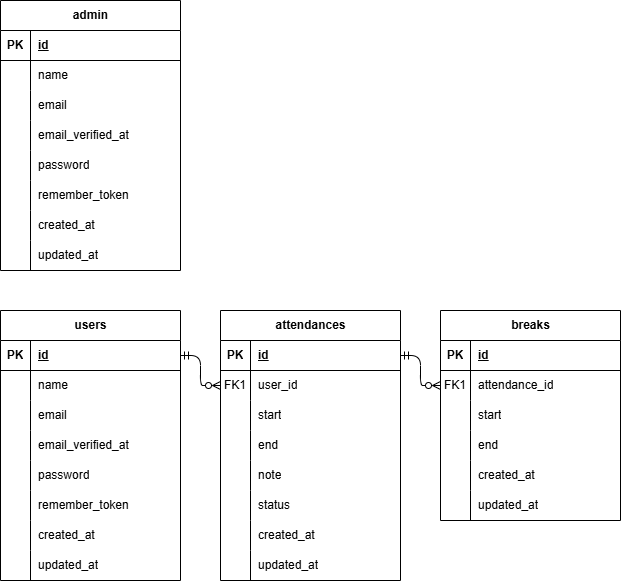
This is ER.drawio.png from kasahara-dev/kasahara-mogi2, a draw.io export, as it was before one commit. Source tidied: cells renumbered, new cells last; positions are measured from the earlier drawing's top-left corner, leaving out a move shared by most shapes.
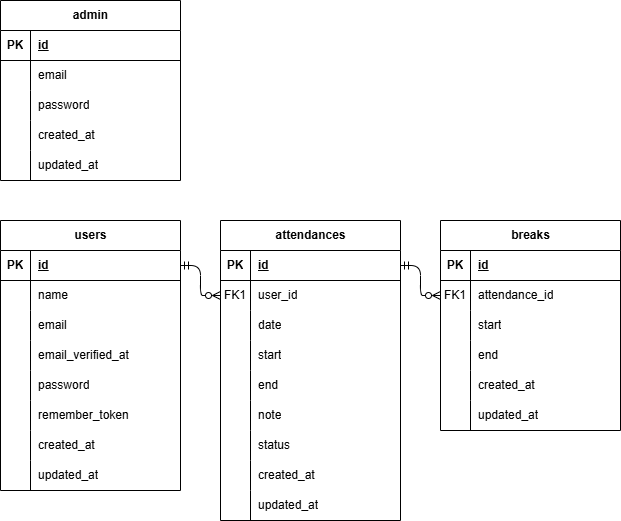
The same diagram one commit later.

Diff of the diagram source:
```diff
@@ -78,7 +78,7 @@
       <mxGeometry x="30" width="150" height="30" as="geometry" />
     </mxCell>
     <mxCell id="27" value="admin" style="shape=table;startSize=30;rowLines=0;fontStyle=1;align=center;html=1;" parent="1" vertex="1">
-      <mxGeometry width="180" height="270" as="geometry" />
+      <mxGeometry y="90" width="180" height="180" as="geometry" />
     </mxCell>
     <mxCell id="28" style="shape=tableRow;horizontal=0;startSize=0;swimlaneHead=0;swimlaneBody=0;fillColor=none;top=0;left=0;right=0;bottom=1;" parent="27" vertex="1">
       <mxGeometry y="30" width="180" height="30" as="geometry" />
@@ -89,17 +89,8 @@
     <mxCell id="30" value="id" style="shape=partialRectangle;fillColor=none;top=0;left=0;bottom=0;right=0;align=left;spacingLeft=6;fontStyle=5;overflow=hidden;whiteSpace=wrap;html=1;" parent="28" vertex="1">
       <mxGeometry x="30" width="150" height="30" as="geometry" />
     </mxCell>
-    <mxCell id="31" style="shape=tableRow;horizontal=0;startSize=0;swimlaneHead=0;swimlaneBody=0;fillColor=none;top=0;left=0;right=0;bottom=0;" parent="27" vertex="1">
-      <mxGeometry y="60" width="180" height="30" as="geometry" />
-    </mxCell>
-    <mxCell id="32" style="shape=partialRectangle;fillColor=none;top=0;left=0;bottom=0;right=0;overflow=hidden;whiteSpace=wrap;html=1;" parent="31" vertex="1">
-      <mxGeometry width="30" height="30" as="geometry" />
-    </mxCell>
-    <mxCell id="33" value="name" style="shape=partialRectangle;fillColor=none;top=0;left=0;bottom=0;right=0;align=left;spacingLeft=6;overflow=hidden;whiteSpace=wrap;html=1;" parent="31" vertex="1">
-      <mxGeometry x="30" width="150" height="30" as="geometry" />
-    </mxCell>
     <mxCell id="34" style="shape=tableRow;horizontal=0;startSize=0;swimlaneHead=0;swimlaneBody=0;fillColor=none;top=0;left=0;right=0;bottom=0;" parent="27" vertex="1">
-      <mxGeometry y="90" width="180" height="30" as="geometry" />
+      <mxGeometry y="60" width="180" height="30" as="geometry" />
     </mxCell>
     <mxCell id="35" style="shape=partialRectangle;fillColor=none;top=0;left=0;bottom=0;right=0;overflow=hidden;whiteSpace=wrap;html=1;" parent="34" vertex="1">
       <mxGeometry width="30" height="30" as="geometry" />
@@ -107,17 +98,8 @@
     <mxCell id="36" value="email" style="shape=partialRectangle;fillColor=none;top=0;left=0;bottom=0;right=0;align=left;spacingLeft=6;overflow=hidden;whiteSpace=wrap;html=1;" parent="34" vertex="1">
       <mxGeometry x="30" width="150" height="30" as="geometry" />
     </mxCell>
-    <mxCell id="37" style="shape=tableRow;horizontal=0;startSize=0;swimlaneHead=0;swimlaneBody=0;fillColor=none;top=0;left=0;right=0;bottom=0;" parent="27" vertex="1">
-      <mxGeometry y="120" width="180" height="30" as="geometry" />
-    </mxCell>
-    <mxCell id="38" style="shape=partialRectangle;fillColor=none;top=0;left=0;bottom=0;right=0;overflow=hidden;whiteSpace=wrap;html=1;" parent="37" vertex="1">
-      <mxGeometry width="30" height="30" as="geometry" />
-    </mxCell>
-    <mxCell id="39" value="email_verified_at" style="shape=partialRectangle;fillColor=none;top=0;left=0;bottom=0;right=0;align=left;spacingLeft=6;overflow=hidden;whiteSpace=wrap;html=1;" parent="37" vertex="1">
-      <mxGeometry x="30" width="150" height="30" as="geometry" />
-    </mxCell>
     <mxCell id="40" style="shape=tableRow;horizontal=0;startSize=0;swimlaneHead=0;swimlaneBody=0;fillColor=none;top=0;left=0;right=0;bottom=0;" parent="27" vertex="1">
-      <mxGeometry y="150" width="180" height="30" as="geometry" />
+      <mxGeometry y="90" width="180" height="30" as="geometry" />
     </mxCell>
     <mxCell id="41" style="shape=partialRectangle;fillColor=none;top=0;left=0;bottom=0;right=0;overflow=hidden;whiteSpace=wrap;html=1;" parent="40" vertex="1">
       <mxGeometry width="30" height="30" as="geometry" />
@@ -125,17 +107,8 @@
     <mxCell id="42" value="password" style="shape=partialRectangle;fillColor=none;top=0;left=0;bottom=0;right=0;align=left;spacingLeft=6;overflow=hidden;whiteSpace=wrap;html=1;" parent="40" vertex="1">
       <mxGeometry x="30" width="150" height="30" as="geometry" />
     </mxCell>
-    <mxCell id="43" style="shape=tableRow;horizontal=0;startSize=0;swimlaneHead=0;swimlaneBody=0;fillColor=none;top=0;left=0;right=0;bottom=0;" parent="27" vertex="1">
-      <mxGeometry y="180" width="180" height="30" as="geometry" />
-    </mxCell>
-    <mxCell id="44" style="shape=partialRectangle;fillColor=none;top=0;left=0;bottom=0;right=0;overflow=hidden;whiteSpace=wrap;html=1;" parent="43" vertex="1">
-      <mxGeometry width="30" height="30" as="geometry" />
-    </mxCell>
-    <mxCell id="45" value="remember_token" style="shape=partialRectangle;fillColor=none;top=0;left=0;bottom=0;right=0;align=left;spacingLeft=6;overflow=hidden;whiteSpace=wrap;html=1;" parent="43" vertex="1">
-      <mxGeometry x="30" width="150" height="30" as="geometry" />
-    </mxCell>
     <mxCell id="46" style="shape=tableRow;horizontal=0;startSize=0;swimlaneHead=0;swimlaneBody=0;fillColor=none;top=0;left=0;right=0;bottom=0;" parent="27" vertex="1">
-      <mxGeometry y="210" width="180" height="30" as="geometry" />
+      <mxGeometry y="120" width="180" height="30" as="geometry" />
     </mxCell>
     <mxCell id="47" style="shape=partialRectangle;fillColor=none;top=0;left=0;bottom=0;right=0;overflow=hidden;whiteSpace=wrap;html=1;" parent="46" vertex="1">
       <mxGeometry width="30" height="30" as="geometry" />
@@ -144,7 +117,7 @@
       <mxGeometry x="30" width="150" height="30" as="geometry" />
     </mxCell>
     <mxCell id="49" style="shape=tableRow;horizontal=0;startSize=0;swimlaneHead=0;swimlaneBody=0;fillColor=none;top=0;left=0;right=0;bottom=0;" parent="27" vertex="1">
-      <mxGeometry y="240" width="180" height="30" as="geometry" />
+      <mxGeometry y="150" width="180" height="30" as="geometry" />
     </mxCell>
     <mxCell id="50" style="shape=partialRectangle;fillColor=none;top=0;left=0;bottom=0;right=0;overflow=hidden;whiteSpace=wrap;html=1;" parent="49" vertex="1">
       <mxGeometry width="30" height="30" as="geometry" />
@@ -153,7 +126,7 @@
       <mxGeometry x="30" width="150" height="30" as="geometry" />
     </mxCell>
     <mxCell id="52" value="attendances" style="shape=table;startSize=30;rowLines=0;fontStyle=1;align=center;html=1;" parent="1" vertex="1">
-      <mxGeometry x="220" y="310" width="180" height="270" as="geometry" />
+      <mxGeometry x="220" y="310" width="180" height="300" as="geometry" />
     </mxCell>
     <mxCell id="53" style="shape=tableRow;horizontal=0;startSize=0;swimlaneHead=0;swimlaneBody=0;fillColor=none;points=[[0,0.5],[1,0.5]];portConstraint=eastwest;top=0;left=0;right=0;bottom=1;" parent="52" vertex="1">
       <mxGeometry y="30" width="180" height="30" as="geometry" />
@@ -173,8 +146,17 @@
     <mxCell id="58" value="user_id" style="shape=partialRectangle;fillColor=none;top=0;left=0;bottom=0;right=0;align=left;spacingLeft=6;overflow=hidden;whiteSpace=wrap;html=1;" parent="56" vertex="1">
       <mxGeometry x="30" width="150" height="30" as="geometry" />
     </mxCell>
+    <mxCell id="98" style="shape=tableRow;horizontal=0;startSize=0;swimlaneHead=0;swimlaneBody=0;fillColor=none;top=0;left=0;right=0;bottom=0;" parent="52" vertex="1">
+      <mxGeometry y="90" width="180" height="30" as="geometry" />
+    </mxCell>
+    <mxCell id="99" style="shape=partialRectangle;fillColor=none;top=0;left=0;bottom=0;right=0;overflow=hidden;whiteSpace=wrap;html=1;" parent="98" vertex="1">
+      <mxGeometry width="30" height="30" as="geometry" />
+    </mxCell>
+    <mxCell id="100" value="date" style="shape=partialRectangle;fillColor=none;top=0;left=0;bottom=0;right=0;align=left;spacingLeft=6;overflow=hidden;whiteSpace=wrap;html=1;" parent="98" vertex="1">
+      <mxGeometry x="30" width="150" height="30" as="geometry" />
+    </mxCell>
     <mxCell id="59" style="shape=tableRow;horizontal=0;startSize=0;swimlaneHead=0;swimlaneBody=0;fillColor=none;top=0;left=0;right=0;bottom=0;" parent="52" vertex="1">
-      <mxGeometry y="90" width="180" height="30" as="geometry" />
+      <mxGeometry y="120" width="180" height="30" as="geometry" />
     </mxCell>
     <mxCell id="60" style="shape=partialRectangle;fillColor=none;top=0;left=0;bottom=0;right=0;overflow=hidden;whiteSpace=wrap;html=1;" parent="59" vertex="1">
       <mxGeometry width="30" height="30" as="geometry" />
@@ -183,7 +165,7 @@
       <mxGeometry x="30" width="150" height="30" as="geometry" />
     </mxCell>
     <mxCell id="62" style="shape=tableRow;horizontal=0;startSize=0;swimlaneHead=0;swimlaneBody=0;fillColor=none;top=0;left=0;right=0;bottom=0;" parent="52" vertex="1">
-      <mxGeometry y="120" width="180" height="30" as="geometry" />
+      <mxGeometry y="150" width="180" height="30" as="geometry" />
     </mxCell>
     <mxCell id="63" style="shape=partialRectangle;fillColor=none;top=0;left=0;bottom=0;right=0;overflow=hidden;whiteSpace=wrap;html=1;" parent="62" vertex="1">
       <mxGeometry width="30" height="30" as="geometry" />
@@ -192,7 +174,7 @@
       <mxGeometry x="30" width="150" height="30" as="geometry" />
     </mxCell>
     <mxCell id="65" style="shape=tableRow;horizontal=0;startSize=0;swimlaneHead=0;swimlaneBody=0;fillColor=none;top=0;left=0;right=0;bottom=0;" parent="52" vertex="1">
-      <mxGeometry y="150" width="180" height="30" as="geometry" />
+      <mxGeometry y="180" width="180" height="30" as="geometry" />
     </mxCell>
     <mxCell id="66" style="shape=partialRectangle;fillColor=none;top=0;left=0;bottom=0;right=0;overflow=hidden;whiteSpace=wrap;html=1;" parent="65" vertex="1">
       <mxGeometry width="30" height="30" as="geometry" />
@@ -201,7 +183,7 @@
       <mxGeometry x="30" width="150" height="30" as="geometry" />
     </mxCell>
     <mxCell id="68" style="shape=tableRow;horizontal=0;startSize=0;swimlaneHead=0;swimlaneBody=0;fillColor=none;top=0;left=0;right=0;bottom=0;" parent="52" vertex="1">
-      <mxGeometry y="180" width="180" height="30" as="geometry" />
+      <mxGeometry y="210" width="180" height="30" as="geometry" />
     </mxCell>
     <mxCell id="69" style="shape=partialRectangle;fillColor=none;top=0;left=0;bottom=0;right=0;overflow=hidden;whiteSpace=wrap;html=1;" parent="68" vertex="1">
       <mxGeometry width="30" height="30" as="geometry" />
@@ -210,7 +192,7 @@
       <mxGeometry x="30" width="150" height="30" as="geometry" />
     </mxCell>
     <mxCell id="71" style="shape=tableRow;horizontal=0;startSize=0;swimlaneHead=0;swimlaneBody=0;fillColor=none;top=0;left=0;right=0;bottom=0;" parent="52" vertex="1">
-      <mxGeometry y="210" width="180" height="30" as="geometry" />
+      <mxGeometry y="240" width="180" height="30" as="geometry" />
     </mxCell>
     <mxCell id="72" style="shape=partialRectangle;fillColor=none;top=0;left=0;bottom=0;right=0;overflow=hidden;whiteSpace=wrap;html=1;" parent="71" vertex="1">
       <mxGeometry width="30" height="30" as="geometry" />
@@ -219,7 +201,7 @@
       <mxGeometry x="30" width="150" height="30" as="geometry" />
     </mxCell>
     <mxCell id="74" style="shape=tableRow;horizontal=0;startSize=0;swimlaneHead=0;swimlaneBody=0;fillColor=none;top=0;left=0;right=0;bottom=0;" parent="52" vertex="1">
-      <mxGeometry y="240" width="180" height="30" as="geometry" />
+      <mxGeometry y="270" width="180" height="30" as="geometry" />
     </mxCell>
     <mxCell id="75" style="shape=partialRectangle;fillColor=none;top=0;left=0;bottom=0;right=0;overflow=hidden;whiteSpace=wrap;html=1;" parent="74" vertex="1">
       <mxGeometry width="30" height="30" as="geometry" />
```
